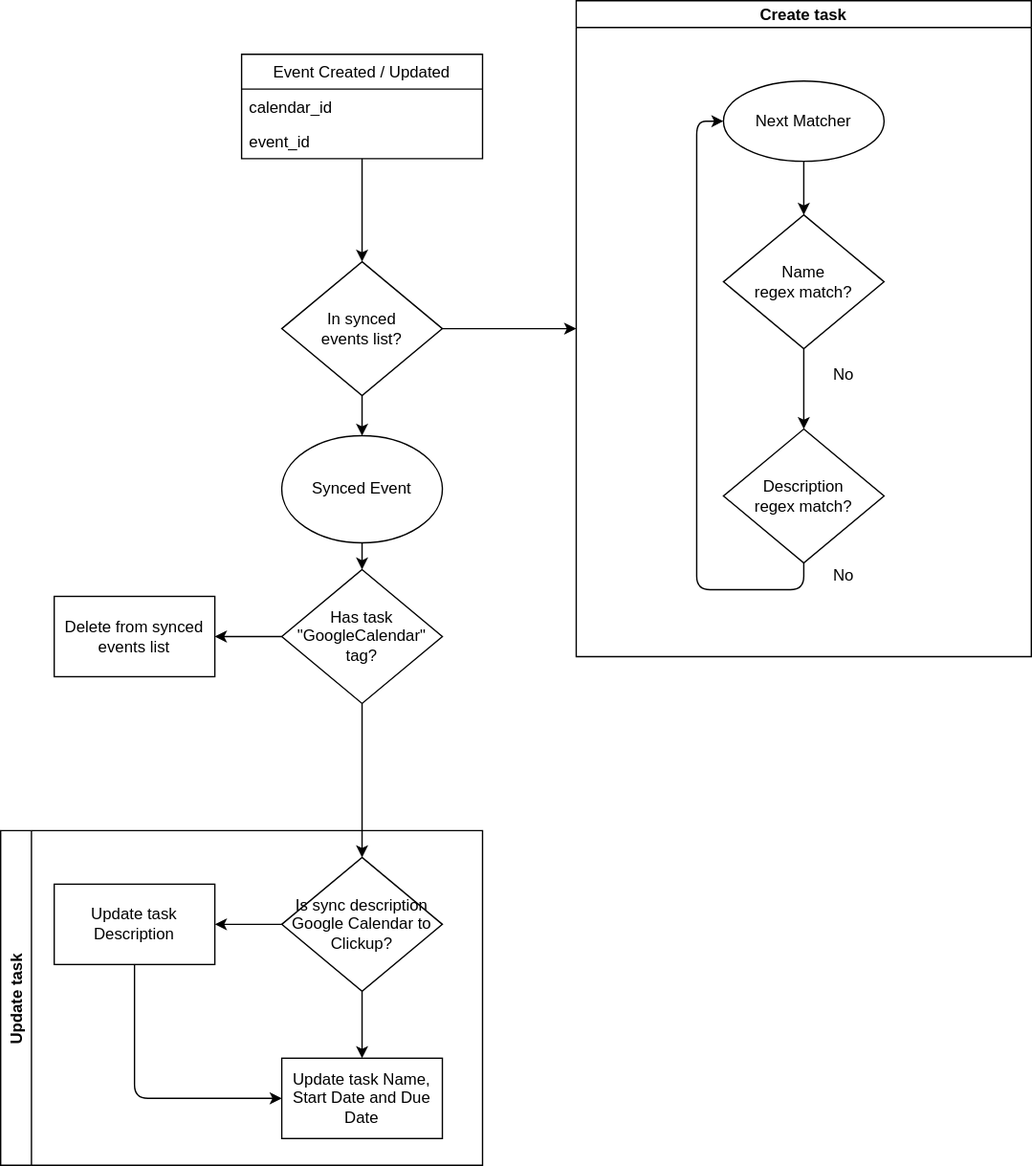
Earlier version of the draw.io export README/google_calendar_to_clickup.drawio.svg (esdandreu/gcal2clickup). Source tidied: cells renumbered, new cells last; positions are measured from the earlier drawing's top-left corner, leaving out a move shared by most shapes.
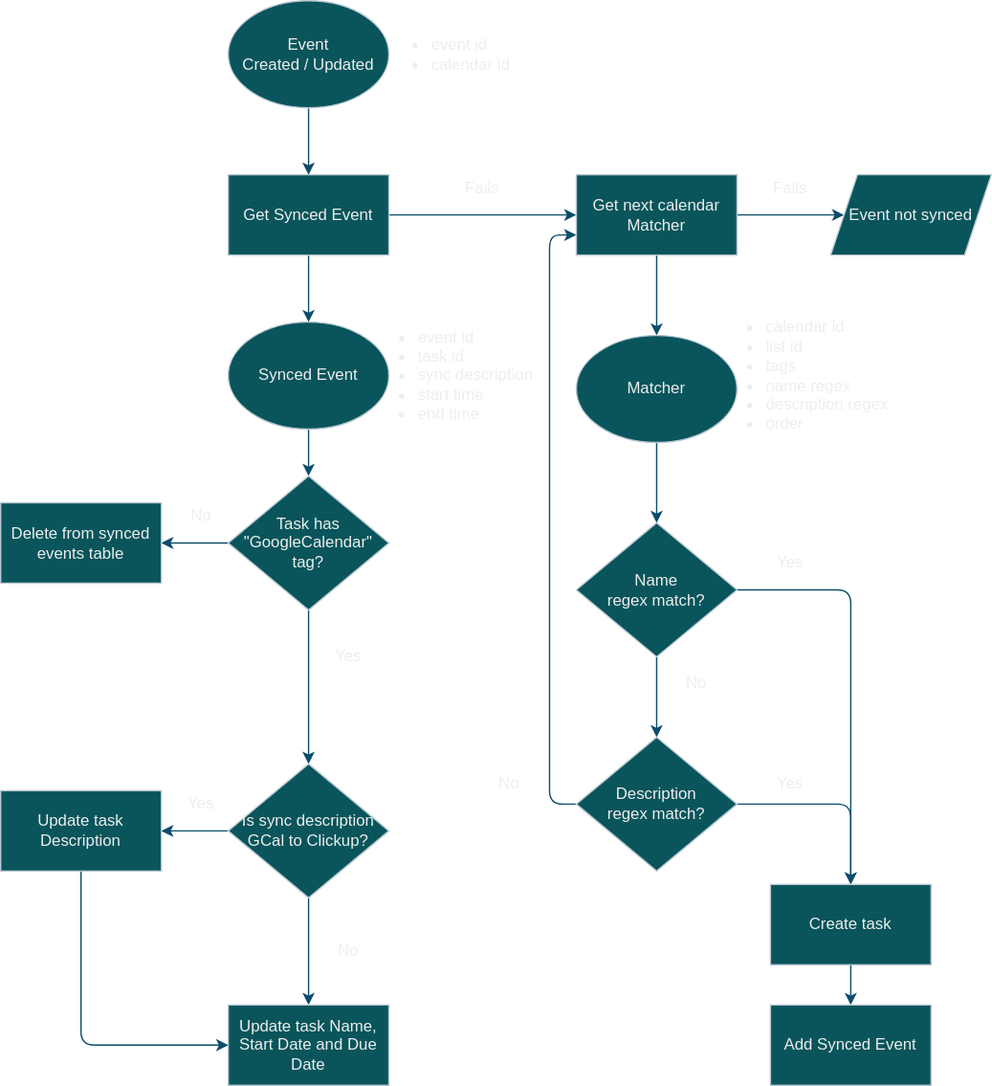
Later version of the same file.

The edit, as a diff of the source:
```diff
@@ -2,92 +2,140 @@
   <root>
     <mxCell id="0" />
     <mxCell id="1" parent="0" />
-    <mxCell id="2" style="edgeStyle=orthogonalEdgeStyle;curved=0;rounded=1;sketch=0;jettySize=auto;html=1;exitX=1;exitY=0.5;exitDx=0;exitDy=0;entryX=0;entryY=0.5;entryDx=0;entryDy=0;" parent="1" edge="1" source="4" target="5">
-      <mxGeometry relative="1" as="geometry" />
-    </mxCell>
-    <mxCell id="3" style="edgeStyle=orthogonalEdgeStyle;curved=0;rounded=1;sketch=0;jettySize=auto;html=1;exitX=0.5;exitY=1;exitDx=0;exitDy=0;entryX=0.5;entryY=0;entryDx=0;entryDy=0;" parent="1" edge="1" source="4" target="15">
-      <mxGeometry relative="1" as="geometry" />
-    </mxCell>
-    <mxCell id="4" value="In synced&lt;br&gt;events list?" style="rhombus;whiteSpace=wrap;html=1;" parent="1" vertex="1">
-      <mxGeometry x="210" y="195" width="120" height="100" as="geometry" />
-    </mxCell>
-    <mxCell id="5" value="Create task" style="swimlane;rounded=0;sketch=0;startSize=20;" parent="1" vertex="1">
-      <mxGeometry x="430" width="340" height="490" as="geometry" />
-    </mxCell>
+    <mxCell id="14" style="edgeStyle=orthogonalEdgeStyle;curved=0;rounded=1;sketch=0;jettySize=auto;html=1;exitX=0.5;exitY=1;exitDx=0;exitDy=0;entryX=0.5;entryY=0;entryDx=0;entryDy=0;strokeColor=#0B4D6A;" parent="1" edge="1" source="15" target="18">
+      <mxGeometry relative="1" as="geometry" />
+    </mxCell>
+    <mxCell id="15" value="Synced Event" style="ellipse;whiteSpace=wrap;html=1;rounded=0;sketch=0;fillColor=#09555B;strokeColor=#BAC8D3;fontColor=#EEEEEE;" parent="1" vertex="1">
+      <mxGeometry x="210" y="210" width="120" height="80" as="geometry" />
+    </mxCell>
+    <mxCell id="17" style="edgeStyle=orthogonalEdgeStyle;curved=0;rounded=1;sketch=0;jettySize=auto;html=1;exitX=0;exitY=0.5;exitDx=0;exitDy=0;entryX=1;entryY=0.5;entryDx=0;entryDy=0;strokeColor=#0B4D6A;" parent="1" edge="1" source="18" target="26">
+      <mxGeometry relative="1" as="geometry" />
+    </mxCell>
+    <mxCell id="31" style="edgeStyle=orthogonalEdgeStyle;curved=0;rounded=1;sketch=0;jettySize=auto;html=1;exitX=0.5;exitY=1;exitDx=0;exitDy=0;strokeColor=#0B4D6A;" parent="1" edge="1" source="18" target="55">
+      <mxGeometry relative="1" as="geometry" />
+    </mxCell>
+    <mxCell id="18" value="Task has&lt;br&gt;&quot;GoogleCalendar&quot; tag?" style="rhombus;whiteSpace=wrap;html=1;fillColor=#09555B;strokeColor=#BAC8D3;fontColor=#EEEEEE;" parent="1" vertex="1">
+      <mxGeometry x="210" y="325" width="120" height="100" as="geometry" />
+    </mxCell>
+    <mxCell id="26" value="Delete from synced events table" style="rounded=0;whiteSpace=wrap;html=1;sketch=0;fillColor=#09555B;strokeColor=#BAC8D3;fontColor=#EEEEEE;" parent="1" vertex="1">
+      <mxGeometry x="40" y="345" width="120" height="60" as="geometry" />
+    </mxCell>
+    <mxCell id="32" style="edgeStyle=orthogonalEdgeStyle;curved=0;rounded=1;sketch=0;jettySize=auto;html=1;exitX=0.5;exitY=1;exitDx=0;exitDy=0;entryX=0.5;entryY=0;entryDx=0;entryDy=0;strokeColor=#0B4D6A;" parent="1" edge="1" source="28" target="36">
+      <mxGeometry relative="1" as="geometry" />
+    </mxCell>
+    <mxCell id="28" value="Event&lt;br&gt;Created / Updated" style="ellipse;whiteSpace=wrap;html=1;rounded=0;sketch=0;fillColor=#09555B;strokeColor=#BAC8D3;fontColor=#EEEEEE;" parent="1" vertex="1">
+      <mxGeometry x="210" y="-30" width="120" height="80" as="geometry" />
+    </mxCell>
+    <mxCell id="33" value="Fails" style="text;html=1;strokeColor=none;fillColor=none;align=center;verticalAlign=middle;whiteSpace=wrap;rounded=0;sketch=0;fontColor=#EEEEEE;" parent="1" vertex="1">
+      <mxGeometry x="380" y="100" width="40" height="20" as="geometry" />
+    </mxCell>
+    <mxCell id="34" style="edgeStyle=orthogonalEdgeStyle;curved=0;rounded=1;sketch=0;jettySize=auto;html=1;exitX=0.5;exitY=1;exitDx=0;exitDy=0;entryX=0.5;entryY=0;entryDx=0;entryDy=0;strokeColor=#0B4D6A;" parent="1" edge="1" source="36" target="15">
+      <mxGeometry relative="1" as="geometry" />
+    </mxCell>
+    <mxCell id="35" style="edgeStyle=orthogonalEdgeStyle;curved=0;rounded=1;sketch=0;jettySize=auto;html=1;exitX=1;exitY=0.5;exitDx=0;exitDy=0;entryX=0;entryY=0.5;entryDx=0;entryDy=0;strokeColor=#0B4D6A;" parent="1" edge="1" source="36" target="46">
+      <mxGeometry relative="1" as="geometry" />
+    </mxCell>
+    <mxCell id="36" value="Get Synced Event" style="rounded=0;whiteSpace=wrap;html=1;sketch=0;fillColor=#09555B;strokeColor=#BAC8D3;fontColor=#EEEEEE;" parent="1" vertex="1">
+      <mxGeometry x="210" y="100" width="120" height="60" as="geometry" />
+    </mxCell>
+    <mxCell id="37" value="No" style="text;html=1;strokeColor=none;fillColor=none;align=center;verticalAlign=middle;whiteSpace=wrap;rounded=0;sketch=0;fontColor=#EEEEEE;" parent="1" vertex="1">
+      <mxGeometry x="170" y="345" width="40" height="20" as="geometry" />
+    </mxCell>
+    <mxCell id="38" value="Yes" style="text;html=1;strokeColor=none;fillColor=none;align=center;verticalAlign=middle;whiteSpace=wrap;rounded=0;sketch=0;fontColor=#EEEEEE;" parent="1" vertex="1">
+      <mxGeometry x="280" y="450" width="40" height="20" as="geometry" />
+    </mxCell>
+    <mxCell id="39" value="&lt;ul&gt;&lt;li&gt;event id&lt;/li&gt;&lt;li&gt;task id&lt;/li&gt;&lt;li&gt;sync description&lt;/li&gt;&lt;li&gt;start time&lt;/li&gt;&lt;li&gt;end time&lt;/li&gt;&lt;/ul&gt;" style="text;strokeColor=none;fillColor=none;html=1;whiteSpace=wrap;verticalAlign=middle;overflow=hidden;rounded=0;sketch=0;fontColor=#EEEEEE;" parent="1" vertex="1">
+      <mxGeometry x="310" y="177.5" width="150" height="145" as="geometry" />
+    </mxCell>
-    <mxCell id="6" style="edgeStyle=orthogonalEdgeStyle;curved=0;rounded=1;sketch=0;jettySize=auto;html=1;exitX=0.5;exitY=1;exitDx=0;exitDy=0;entryX=0.5;entryY=0;entryDx=0;entryDy=0;" parent="5" edge="1" source="7" target="11">
+    <mxCell id="6" style="edgeStyle=orthogonalEdgeStyle;curved=0;rounded=1;sketch=0;jettySize=auto;html=1;exitX=0.5;exitY=1;exitDx=0;exitDy=0;entryX=0.5;entryY=0;entryDx=0;entryDy=0;strokeColor=#0B4D6A;" parent="1" edge="1" source="7" target="11">
       <mxGeometry relative="1" as="geometry" />
     </mxCell>
+    <mxCell id="40" style="edgeStyle=orthogonalEdgeStyle;curved=0;rounded=1;sketch=0;jettySize=auto;html=1;exitX=1;exitY=0.5;exitDx=0;exitDy=0;entryX=0.5;entryY=0;entryDx=0;entryDy=0;strokeColor=#0B4D6A;" parent="1" edge="1" source="7" target="5">
+      <mxGeometry relative="1" as="geometry" />
+    </mxCell>
-    <mxCell id="7" value="Name&lt;br&gt;regex match?" style="rhombus;whiteSpace=wrap;html=1;" parent="5" vertex="1">
-      <mxGeometry x="110" y="160" width="120" height="100" as="geometry" />
+    <mxCell id="7" value="Name&lt;br&gt;regex match?" style="rhombus;whiteSpace=wrap;html=1;fillColor=#09555B;strokeColor=#BAC8D3;fontColor=#EEEEEE;" parent="1" vertex="1">
+      <mxGeometry x="470" y="360" width="120" height="100" as="geometry" />
     </mxCell>
-    <mxCell id="8" style="edgeStyle=orthogonalEdgeStyle;curved=0;rounded=1;sketch=0;jettySize=auto;html=1;" parent="5" edge="1" source="9" target="7">
-      <mxGeometry relative="1" as="geometry" />
-    </mxCell>
-    <mxCell id="9" value="Next Matcher" style="ellipse;whiteSpace=wrap;html=1;rounded=0;sketch=0;align=center;" parent="5" vertex="1">
-      <mxGeometry x="110" y="60" width="120" height="60" as="geometry" />
-    </mxCell>
-    <mxCell id="10" style="edgeStyle=orthogonalEdgeStyle;curved=0;rounded=1;sketch=0;jettySize=auto;html=1;exitX=0.5;exitY=1;exitDx=0;exitDy=0;entryX=0;entryY=0.5;entryDx=0;entryDy=0;" parent="5" edge="1" source="11" target="9">
-      <mxGeometry relative="1" as="geometry" />
-    </mxCell>
+    <mxCell id="41" style="edgeStyle=orthogonalEdgeStyle;curved=0;rounded=1;sketch=0;jettySize=auto;html=1;exitX=1;exitY=0.5;exitDx=0;exitDy=0;strokeColor=#0B4D6A;" parent="1" edge="1" source="11" target="5">
+      <mxGeometry relative="1" as="geometry" />
+    </mxCell>
+    <mxCell id="42" style="edgeStyle=orthogonalEdgeStyle;curved=0;rounded=1;sketch=0;jettySize=auto;html=1;exitX=0;exitY=0.5;exitDx=0;exitDy=0;entryX=0;entryY=0.75;entryDx=0;entryDy=0;strokeColor=#0B4D6A;" parent="1" edge="1" source="11" target="46">
+      <mxGeometry relative="1" as="geometry" />
+    </mxCell>
-    <mxCell id="11" value="Description&lt;br&gt;regex match?" style="rhombus;whiteSpace=wrap;html=1;" parent="5" vertex="1">
-      <mxGeometry x="110" y="320" width="120" height="100" as="geometry" />
+    <mxCell id="11" value="Description&lt;br&gt;regex match?" style="rhombus;whiteSpace=wrap;html=1;fillColor=#09555B;strokeColor=#BAC8D3;fontColor=#EEEEEE;" parent="1" vertex="1">
+      <mxGeometry x="470" y="520" width="120" height="100" as="geometry" />
     </mxCell>
-    <mxCell id="12" value="No" style="text;html=1;strokeColor=none;fillColor=none;align=center;verticalAlign=middle;whiteSpace=wrap;rounded=0;sketch=0;" parent="5" vertex="1">
-      <mxGeometry x="180" y="270" width="40" height="20" as="geometry" />
+    <mxCell id="12" value="No" style="text;html=1;strokeColor=none;fillColor=none;align=center;verticalAlign=middle;whiteSpace=wrap;rounded=0;sketch=0;fontColor=#EEEEEE;" parent="1" vertex="1">
+      <mxGeometry x="540" y="470" width="40" height="20" as="geometry" />
     </mxCell>
-    <mxCell id="13" value="No" style="text;html=1;strokeColor=none;fillColor=none;align=center;verticalAlign=middle;whiteSpace=wrap;rounded=0;sketch=0;" parent="5" vertex="1">
-      <mxGeometry x="180" y="420" width="40" height="20" as="geometry" />
+    <mxCell id="13" value="No" style="text;html=1;strokeColor=none;fillColor=none;align=center;verticalAlign=middle;whiteSpace=wrap;rounded=0;sketch=0;fontColor=#EEEEEE;" parent="1" vertex="1">
+      <mxGeometry x="400" y="545" width="40" height="20" as="geometry" />
     </mxCell>
-    <mxCell id="14" style="edgeStyle=orthogonalEdgeStyle;curved=0;rounded=1;sketch=0;jettySize=auto;html=1;exitX=0.5;exitY=1;exitDx=0;exitDy=0;entryX=0.5;entryY=0;entryDx=0;entryDy=0;" parent="1" edge="1" source="15" target="18">
-      <mxGeometry relative="1" as="geometry" />
-    </mxCell>
-    <mxCell id="15" value="Synced Event" style="ellipse;whiteSpace=wrap;html=1;rounded=0;sketch=0;" parent="1" vertex="1">
-      <mxGeometry x="210" y="325" width="120" height="80" as="geometry" />
-    </mxCell>
-    <mxCell id="16" style="edgeStyle=orthogonalEdgeStyle;curved=0;rounded=1;sketch=0;jettySize=auto;html=1;exitX=0.5;exitY=1;exitDx=0;exitDy=0;" parent="1" edge="1" source="18" target="22">
-      <mxGeometry relative="1" as="geometry" />
-    </mxCell>
-    <mxCell id="17" style="edgeStyle=orthogonalEdgeStyle;curved=0;rounded=1;sketch=0;jettySize=auto;html=1;exitX=0;exitY=0.5;exitDx=0;exitDy=0;entryX=1;entryY=0.5;entryDx=0;entryDy=0;" parent="1" edge="1" source="18" target="26">
-      <mxGeometry relative="1" as="geometry" />
-    </mxCell>
-    <mxCell id="18" value="Has task &lt;br&gt;&quot;GoogleCalendar&quot; tag?" style="rhombus;whiteSpace=wrap;html=1;" parent="1" vertex="1">
-      <mxGeometry x="210" y="425" width="120" height="100" as="geometry" />
-    </mxCell>
-    <mxCell id="19" value="Update task" style="swimlane;horizontal=0;rounded=0;sketch=0;" parent="1" vertex="1">
-      <mxGeometry y="620" width="360" height="250" as="geometry" />
-    </mxCell>
-    <mxCell id="20" style="edgeStyle=orthogonalEdgeStyle;curved=0;rounded=1;sketch=0;jettySize=auto;html=1;exitX=0.5;exitY=1;exitDx=0;exitDy=0;" parent="19" edge="1" source="22" target="23">
-      <mxGeometry relative="1" as="geometry" />
-    </mxCell>
-    <mxCell id="21" style="edgeStyle=orthogonalEdgeStyle;curved=0;rounded=1;sketch=0;jettySize=auto;html=1;exitX=0;exitY=0.5;exitDx=0;exitDy=0;entryX=1;entryY=0.5;entryDx=0;entryDy=0;" parent="19" edge="1" source="22" target="25">
-      <mxGeometry relative="1" as="geometry" />
-    </mxCell>
-    <mxCell id="22" value="Is sync description Google Calendar to Clickup?" style="rhombus;whiteSpace=wrap;html=1;" parent="19" vertex="1">
-      <mxGeometry x="210" y="20" width="120" height="100" as="geometry" />
-    </mxCell>
+    <mxCell id="43" value="&lt;ul&gt;&lt;li&gt;event id&lt;/li&gt;&lt;li&gt;calendar id&lt;/li&gt;&lt;/ul&gt;" style="text;strokeColor=none;fillColor=none;html=1;whiteSpace=wrap;verticalAlign=middle;overflow=hidden;rounded=0;sketch=0;fontColor=#EEEEEE;" parent="1" vertex="1">
+      <mxGeometry x="320" y="-30" width="150" height="80" as="geometry" />
+    </mxCell>
+    <mxCell id="44" style="edgeStyle=orthogonalEdgeStyle;curved=0;rounded=1;sketch=0;jettySize=auto;html=1;exitX=1;exitY=0.5;exitDx=0;exitDy=0;strokeColor=#0B4D6A;" parent="1" edge="1" source="46" target="47">
+      <mxGeometry relative="1" as="geometry" />
+    </mxCell>
+    <mxCell id="45" style="edgeStyle=orthogonalEdgeStyle;curved=0;rounded=1;sketch=0;jettySize=auto;html=1;exitX=0.5;exitY=1;exitDx=0;exitDy=0;entryX=0.5;entryY=0;entryDx=0;entryDy=0;strokeColor=#0B4D6A;" parent="1" edge="1" source="46" target="50">
+      <mxGeometry relative="1" as="geometry" />
+    </mxCell>
+    <mxCell id="46" value="Get next calendar Matcher" style="rounded=0;whiteSpace=wrap;html=1;sketch=0;fillColor=#09555B;strokeColor=#BAC8D3;fontColor=#EEEEEE;" parent="1" vertex="1">
+      <mxGeometry x="470" y="100" width="120" height="60" as="geometry" />
+    </mxCell>
+    <mxCell id="47" value="Event not synced" style="shape=parallelogram;perimeter=parallelogramPerimeter;whiteSpace=wrap;html=1;fixedSize=1;rounded=0;sketch=0;fillColor=#09555B;strokeColor=#BAC8D3;fontColor=#EEEEEE;" parent="1" vertex="1">
+      <mxGeometry x="660" y="100" width="120" height="60" as="geometry" />
+    </mxCell>
+    <mxCell id="48" value="Fails" style="text;html=1;strokeColor=none;fillColor=none;align=center;verticalAlign=middle;whiteSpace=wrap;rounded=0;sketch=0;fontColor=#EEEEEE;" parent="1" vertex="1">
+      <mxGeometry x="610" y="100" width="40" height="20" as="geometry" />
+    </mxCell>
+    <mxCell id="49" style="edgeStyle=orthogonalEdgeStyle;curved=0;rounded=1;sketch=0;jettySize=auto;html=1;exitX=0.5;exitY=1;exitDx=0;exitDy=0;strokeColor=#0B4D6A;" parent="1" edge="1" source="50" target="7">
+      <mxGeometry relative="1" as="geometry" />
+    </mxCell>
+    <mxCell id="50" value="Matcher" style="ellipse;whiteSpace=wrap;html=1;rounded=0;sketch=0;fillColor=#09555B;strokeColor=#BAC8D3;fontColor=#EEEEEE;" parent="1" vertex="1">
+      <mxGeometry x="470" y="220" width="120" height="80" as="geometry" />
+    </mxCell>
+    <mxCell id="51" value="&lt;ul&gt;&lt;li&gt;calendar id&lt;/li&gt;&lt;li&gt;list id&lt;/li&gt;&lt;li&gt;tags&lt;/li&gt;&lt;li&gt;name regex&lt;/li&gt;&lt;li&gt;description regex&lt;/li&gt;&lt;li&gt;order&lt;/li&gt;&lt;/ul&gt;" style="text;strokeColor=none;fillColor=none;html=1;whiteSpace=wrap;verticalAlign=middle;overflow=hidden;rounded=0;sketch=0;fontColor=#EEEEEE;" parent="1" vertex="1">
+      <mxGeometry x="570" y="165" width="150" height="170" as="geometry" />
+    </mxCell>
+    <mxCell id="52" style="edgeStyle=orthogonalEdgeStyle;curved=0;rounded=1;sketch=0;jettySize=auto;html=1;exitX=0.5;exitY=1;exitDx=0;exitDy=0;entryX=0.5;entryY=0;entryDx=0;entryDy=0;strokeColor=#0B4D6A;" parent="1" edge="1" source="5" target="56">
+      <mxGeometry relative="1" as="geometry" />
+    </mxCell>
+    <mxCell id="5" value="Create task" style="rounded=0;whiteSpace=wrap;html=1;sketch=0;fillColor=#09555B;strokeColor=#BAC8D3;fontColor=#EEEEEE;" parent="1" vertex="1">
+      <mxGeometry x="615" y="630" width="120" height="60" as="geometry" />
+    </mxCell>
+    <mxCell id="53" style="edgeStyle=orthogonalEdgeStyle;curved=0;rounded=1;sketch=0;jettySize=auto;html=1;exitX=0.5;exitY=1;exitDx=0;exitDy=0;strokeColor=#0B4D6A;" parent="1" edge="1" source="55" target="23">
+      <mxGeometry relative="1" as="geometry" />
+    </mxCell>
+    <mxCell id="54" style="edgeStyle=orthogonalEdgeStyle;curved=0;rounded=1;sketch=0;jettySize=auto;html=1;exitX=0;exitY=0.5;exitDx=0;exitDy=0;entryX=1;entryY=0.5;entryDx=0;entryDy=0;strokeColor=#0B4D6A;" parent="1" edge="1" source="55" target="25">
+      <mxGeometry relative="1" as="geometry" />
+    </mxCell>
+    <mxCell id="55" value="Is sync description GCal to Clickup?" style="rhombus;whiteSpace=wrap;html=1;fillColor=#09555B;strokeColor=#BAC8D3;fontColor=#EEEEEE;" parent="1" vertex="1">
+      <mxGeometry x="210" y="540" width="120" height="100" as="geometry" />
+    </mxCell>
-    <mxCell id="23" value="Update task Name, Start Date and Due Date" style="rounded=0;whiteSpace=wrap;html=1;sketch=0;" parent="19" vertex="1">
-      <mxGeometry x="210" y="170" width="120" height="60" as="geometry" />
+    <mxCell id="23" value="Update task Name, Start Date and Due Date" style="rounded=0;whiteSpace=wrap;html=1;sketch=0;fillColor=#09555B;strokeColor=#BAC8D3;fontColor=#EEEEEE;" parent="1" vertex="1">
+      <mxGeometry x="210" y="720" width="120" height="60" as="geometry" />
     </mxCell>
-    <mxCell id="24" style="edgeStyle=orthogonalEdgeStyle;curved=0;rounded=1;sketch=0;jettySize=auto;html=1;exitX=0.5;exitY=1;exitDx=0;exitDy=0;entryX=0;entryY=0.5;entryDx=0;entryDy=0;" parent="19" edge="1" source="25" target="23">
+    <mxCell id="24" style="edgeStyle=orthogonalEdgeStyle;curved=0;rounded=1;sketch=0;jettySize=auto;html=1;exitX=0.5;exitY=1;exitDx=0;exitDy=0;entryX=0;entryY=0.5;entryDx=0;entryDy=0;strokeColor=#0B4D6A;" parent="1" edge="1" source="25" target="23">
       <mxGeometry relative="1" as="geometry" />
     </mxCell>
-    <mxCell id="25" value="Update task Description" style="rounded=0;whiteSpace=wrap;html=1;sketch=0;" parent="19" vertex="1">
-      <mxGeometry x="40" y="40" width="120" height="60" as="geometry" />
+    <mxCell id="25" value="Update task Description" style="rounded=0;whiteSpace=wrap;html=1;sketch=0;fillColor=#09555B;strokeColor=#BAC8D3;fontColor=#EEEEEE;" parent="1" vertex="1">
+      <mxGeometry x="40" y="560" width="120" height="60" as="geometry" />
     </mxCell>
-    <mxCell id="26" value="Delete from synced events list" style="rounded=0;whiteSpace=wrap;html=1;sketch=0;" parent="1" vertex="1">
-      <mxGeometry x="40" y="445" width="120" height="60" as="geometry" />
-    </mxCell>
-    <mxCell id="27" style="edgeStyle=orthogonalEdgeStyle;curved=0;rounded=1;sketch=0;jettySize=auto;html=1;exitX=0.5;exitY=1;exitDx=0;exitDy=0;entryX=0.5;entryY=0;entryDx=0;entryDy=0;" parent="1" edge="1" source="28" target="4">
-      <mxGeometry relative="1" as="geometry" />
-    </mxCell>
-    <mxCell id="28" value="Event Created / Updated" style="swimlane;fontStyle=0;horizontal=1;startSize=26;rounded=0;sketch=0;" parent="1" vertex="1">
-      <mxGeometry x="180" y="40" width="180" height="78" as="geometry" />
-    </mxCell>
-    <mxCell id="29" value="calendar_id" style="text;strokeColor=none;fillColor=none;align=left;verticalAlign=top;spacingLeft=4;spacingRight=4;overflow=hidden;" parent="28" vertex="1">
-      <mxGeometry y="26" width="180" height="26" as="geometry" />
-    </mxCell>
-    <mxCell id="30" value="event_id" style="text;strokeColor=none;fillColor=none;align=left;verticalAlign=top;spacingLeft=4;spacingRight=4;overflow=hidden;" parent="28" vertex="1">
-      <mxGeometry y="52" width="180" height="26" as="geometry" />
-    </mxCell>
+    <mxCell id="56" value="Add Synced Event" style="rounded=0;whiteSpace=wrap;html=1;sketch=0;fillColor=#09555B;strokeColor=#BAC8D3;fontColor=#EEEEEE;" parent="1" vertex="1">
+      <mxGeometry x="615" y="720" width="120" height="60" as="geometry" />
+    </mxCell>
+    <mxCell id="57" value="No" style="text;html=1;strokeColor=none;fillColor=none;align=center;verticalAlign=middle;whiteSpace=wrap;rounded=0;sketch=0;fontColor=#EEEEEE;" parent="1" vertex="1">
+      <mxGeometry x="280" y="670" width="40" height="20" as="geometry" />
+    </mxCell>
+    <mxCell id="58" value="Yes" style="text;html=1;strokeColor=none;fillColor=none;align=center;verticalAlign=middle;whiteSpace=wrap;rounded=0;sketch=0;fontColor=#EEEEEE;" parent="1" vertex="1">
+      <mxGeometry x="170" y="560" width="40" height="20" as="geometry" />
+    </mxCell>
+    <mxCell id="59" value="Yes" style="text;html=1;strokeColor=none;fillColor=none;align=center;verticalAlign=middle;whiteSpace=wrap;rounded=0;sketch=0;fontColor=#EEEEEE;" parent="1" vertex="1">
+      <mxGeometry x="610" y="380" width="40" height="20" as="geometry" />
+    </mxCell>
+    <mxCell id="60" value="Yes" style="text;html=1;strokeColor=none;fillColor=none;align=center;verticalAlign=middle;whiteSpace=wrap;rounded=0;sketch=0;fontColor=#EEEEEE;" parent="1" vertex="1">
+      <mxGeometry x="610" y="545" width="40" height="20" as="geometry" />
+    </mxCell>
   </root>
 </mxGraphModel>
```
